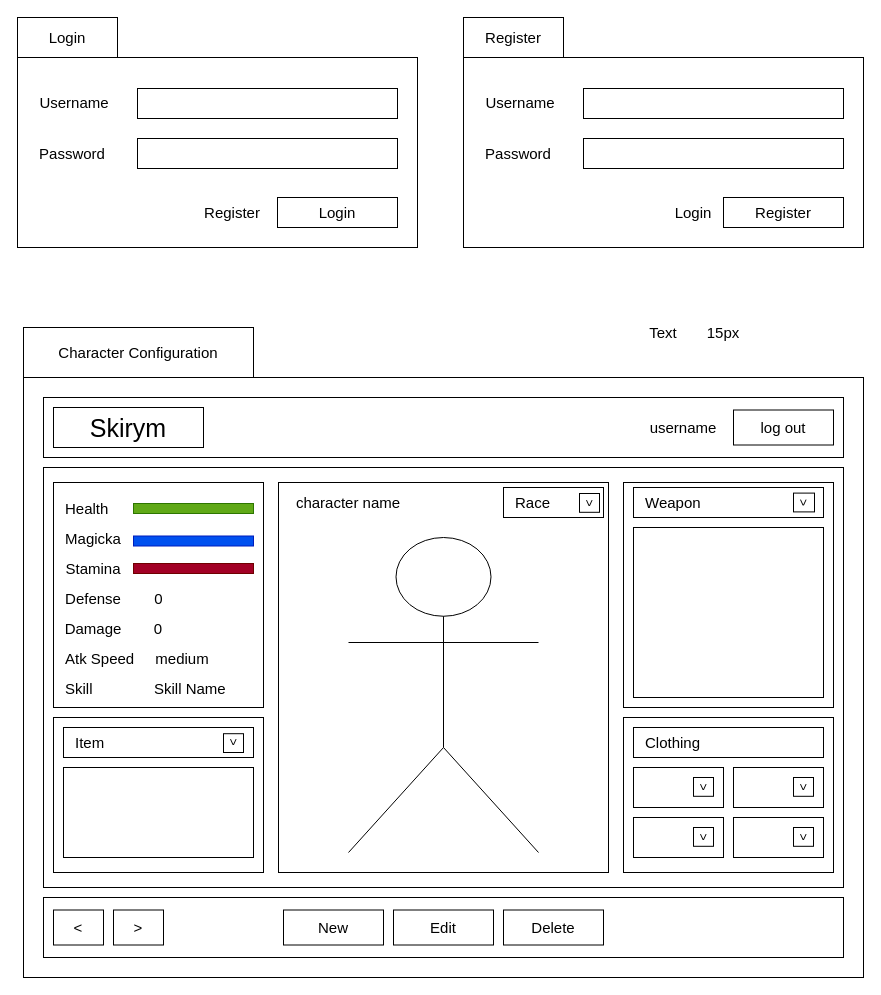
Above: Diagrams/character_config_page.drawio in Joel6v/PraktikumZuehlke (draw.io), before the change. Source tidied: cells renumbered, new cells numbered last; positions are measured from the earlier drawing's top-left corner, leaving out a move shared by most shapes. Both pictures are drawn from the tidied source at 100%, with x=0, y=0 at pixel (17, 17).
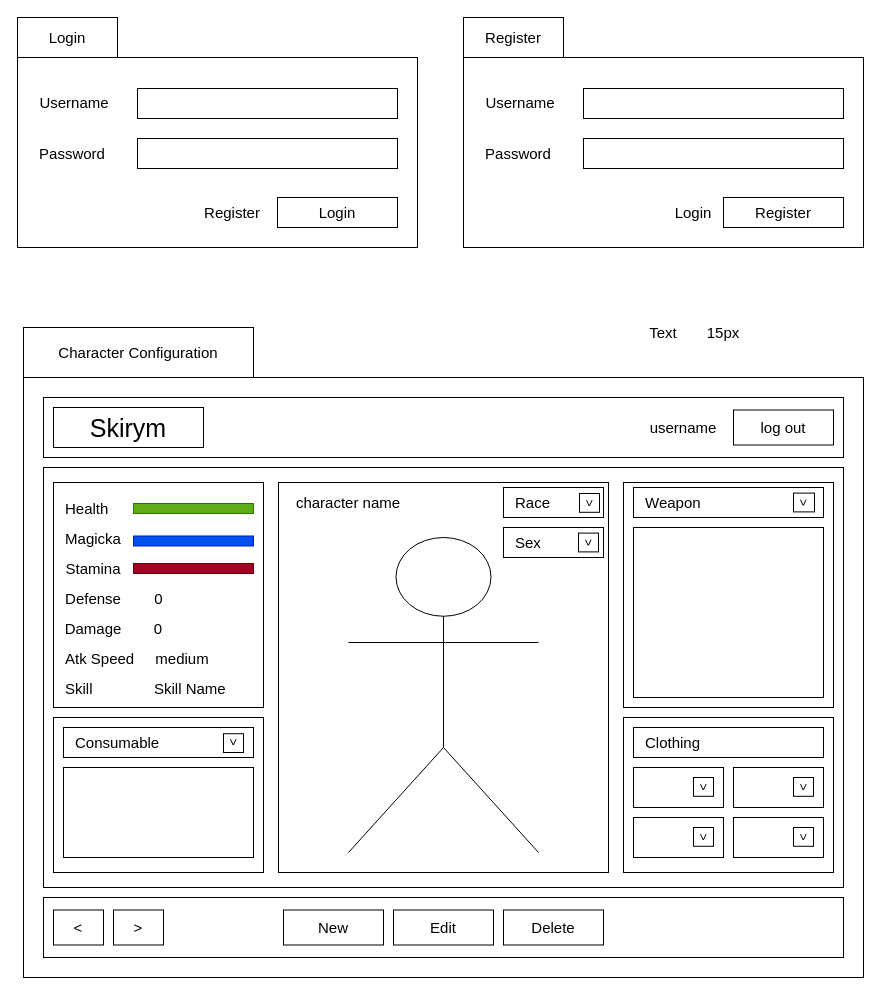
Above is the later version.

Commit message (it also covers changes not shown here):
edit diagrams, edit MainWindow, edit LoginWindow, edit RegisterWindow, edit App.xaml, edit .csproj

Unchanged cells that the change refers to:
```xml
<mxCell id="59" style="group;" parent="1" vertex="1">
  <mxGeometry x="46" y="710" width="190" height="30" as="geometry" />
</mxCell>
```

What changed in the source:
```diff
@@
-    <mxCell id="61" value="&lt;span style=&quot;font-size: 15px;&quot;&gt;Item&lt;/span&gt;" style="text;html=1;align=left;verticalAlign=middle;whiteSpace=wrap;rounded=0;" parent="59" vertex="1">
+    <mxCell id="61" value="&lt;span style=&quot;font-size: 15px;&quot;&gt;Consumable&lt;/span&gt;" style="text;html=1;align=left;verticalAlign=middle;whiteSpace=wrap;rounded=0;" parent="59" vertex="1">
       <mxGeometry x="10" y="2.1" width="114" height="25.7" as="geometry" />
     </mxCell>
@@
+    <mxCell id="113" style="group;" parent="1" vertex="1">
+      <mxGeometry x="486" y="510" width="100" height="30" as="geometry" />
+    </mxCell>
+    <mxCell id="114" style="rounded=0;whiteSpace=wrap;html=1;" parent="113" vertex="1">
+      <mxGeometry width="100" height="30" as="geometry" />
+    </mxCell>
+    <mxCell id="115" value="&lt;span style=&quot;font-size: 15px;&quot;&gt;Sex&lt;/span&gt;" style="text;html=1;align=left;verticalAlign=middle;whiteSpace=wrap;rounded=0;" parent="113" vertex="1">
+      <mxGeometry x="10" y="2.1" width="60" height="25.7" as="geometry" />
+    </mxCell>
+    <mxCell id="116" style="group;" parent="113" vertex="1">
+      <mxGeometry x="70" y="5.6" width="20" height="18.8" as="geometry" />
+    </mxCell>
+    <mxCell id="117" style="rounded=0;whiteSpace=wrap;html=1;" parent="116" vertex="1">
+      <mxGeometry x="5" width="20" height="18.8" as="geometry" />
+    </mxCell>
+    <mxCell id="118" value="&amp;gt;" style="text;html=1;align=center;verticalAlign=middle;whiteSpace=wrap;rounded=0;rotation=90;" parent="116" vertex="1">
+      <mxGeometry x="10" width="10" height="20" as="geometry" />
+    </mxCell>
```
